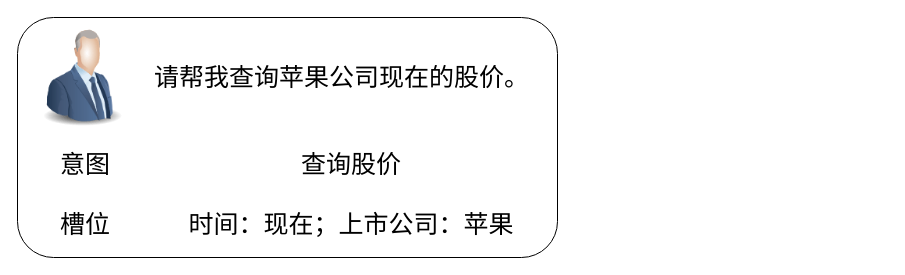
Before: chinese_NLU/Chinese_NLU_task.drawio in lengyueit/paper_pic, a draw.io diagram. Source tidied: cells renumbered, new cells numbered last; positions are measured from the earlier drawing's top-left corner, leaving out a move shared by most shapes. Both pictures are drawn from the tidied source at 100%, with x=0, y=0 at pixel (17, 17).
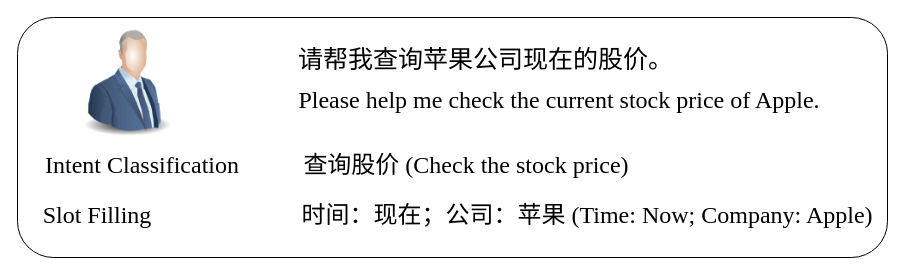
After the change.

What changed in the source:
```diff
@@
 <mxGraphModel>
   <root>
     <mxCell id="0" />
     <mxCell id="1" parent="0" />
     <mxCell id="2" style="rounded=1;whiteSpace=wrap;html=1;" parent="1" vertex="1">
-      <mxGeometry width="540" height="240" as="geometry" />
+      <mxGeometry width="870" height="240" as="geometry" />
     </mxCell>
     <mxCell id="3" style="image;html=1;image=img/lib/clip_art/people/Suit_Man_Blue_128x128.png;" parent="1" vertex="1">
-      <mxGeometry x="10" y="10" width="110" height="100" as="geometry" />
+      <mxGeometry x="40" y="10" width="140" height="110" as="geometry" />
     </mxCell>
-    <mxCell id="4" value="&lt;font style=&quot;font-size: 25px;&quot;&gt;请帮我查询苹果公司现在的股价。&lt;/font&gt;" style="text;html=1;align=center;verticalAlign=middle;whiteSpace=wrap;rounded=0;fontSize=30;" parent="1" vertex="1">
-      <mxGeometry x="134" y="43" width="381" height="30" as="geometry" />
+    <mxCell id="4" value="&lt;font face=&quot;Times New Roman&quot; style=&quot;font-size: 25px;&quot;&gt;请帮我查询苹果公司现在的股价。&lt;/font&gt;" style="text;html=1;align=center;verticalAlign=middle;whiteSpace=wrap;rounded=0;fontSize=30;" parent="1" vertex="1">
+      <mxGeometry x="278" y="25" width="381" height="30" as="geometry" />
     </mxCell>
-    <mxCell id="5" value="&lt;font style=&quot;font-size: 25px;&quot;&gt;查询股价&lt;/font&gt;" style="text;html=1;align=center;verticalAlign=middle;whiteSpace=wrap;rounded=0;fontSize=30;" parent="1" vertex="1">
-      <mxGeometry x="159" y="130" width="350" height="30" as="geometry" />
+    <mxCell id="5" value="&lt;font face=&quot;Times New Roman&quot; style=&quot;font-size: 24px;&quot;&gt;查询股价 (Check the stock price)&lt;/font&gt;" style="text;html=1;align=center;verticalAlign=middle;whiteSpace=wrap;rounded=0;fontSize=30;" parent="1" vertex="1">
+      <mxGeometry x="228" y="130" width="442" height="30" as="geometry" />
     </mxCell>
-    <mxCell id="6" value="&lt;font style=&quot;font-size: 25px;&quot;&gt;时间：现在；上市公司：苹果&lt;/font&gt;" style="text;html=1;align=center;verticalAlign=middle;whiteSpace=wrap;rounded=0;fontSize=30;" parent="1" vertex="1">
-      <mxGeometry x="159" y="190" width="350" height="30" as="geometry" />
+    <mxCell id="6" value="&lt;font style=&quot;font-size: 24px;&quot; face=&quot;Times New Roman&quot;&gt;&lt;font style=&quot;&quot;&gt;时间：现在；公司：苹果&lt;/font&gt;&amp;nbsp;(Time: Now; Company: Apple)&lt;/font&gt;" style="text;html=1;align=center;verticalAlign=middle;whiteSpace=wrap;rounded=0;fontSize=30;" parent="1" vertex="1">
+      <mxGeometry x="270" y="180" width="600" height="30" as="geometry" />
     </mxCell>
-    <mxCell id="7" value="&lt;font style=&quot;font-size: 25px;&quot;&gt;意图&lt;/font&gt;" style="text;html=1;align=center;verticalAlign=middle;whiteSpace=wrap;rounded=0;fontSize=30;" parent="1" vertex="1">
-      <mxGeometry x="30" y="130" width="76" height="30" as="geometry" />
+    <mxCell id="7" value="&lt;font face=&quot;Times New Roman&quot; style=&quot;font-size: 24px;&quot;&gt;Intent Classification&lt;/font&gt;" style="text;html=1;align=center;verticalAlign=middle;whiteSpace=wrap;rounded=0;fontSize=30;" parent="1" vertex="1">
+      <mxGeometry x="10" y="130" width="230" height="30" as="geometry" />
     </mxCell>
-    <mxCell id="8" value="&lt;font style=&quot;font-size: 25px;&quot;&gt;槽位&lt;/font&gt;" style="text;html=1;align=center;verticalAlign=middle;whiteSpace=wrap;rounded=0;fontSize=30;" parent="1" vertex="1">
-      <mxGeometry x="30" y="190" width="76" height="30" as="geometry" />
+    <mxCell id="8" value="&lt;font face=&quot;Times New Roman&quot; style=&quot;font-size: 24px;&quot;&gt;Slot Filling&lt;/font&gt;" style="text;html=1;align=center;verticalAlign=middle;whiteSpace=wrap;rounded=0;fontSize=30;" parent="1" vertex="1">
+      <mxGeometry x="10" y="180" width="140" height="30" as="geometry" />
     </mxCell>
+    <mxCell id="9" value="&lt;span style=&quot;text-align: left;&quot;&gt;&lt;font style=&quot;font-size: 24px;&quot; face=&quot;Times New Roman&quot;&gt;Please help me check the current stock price of Apple.&lt;/font&gt;&lt;/span&gt;" style="text;html=1;align=center;verticalAlign=middle;whiteSpace=wrap;rounded=0;fontSize=30;" parent="1" vertex="1">
+      <mxGeometry x="250" y="65" width="584" height="30" as="geometry" />
+    </mxCell>
   </root>
 </mxGraphModel>
```
